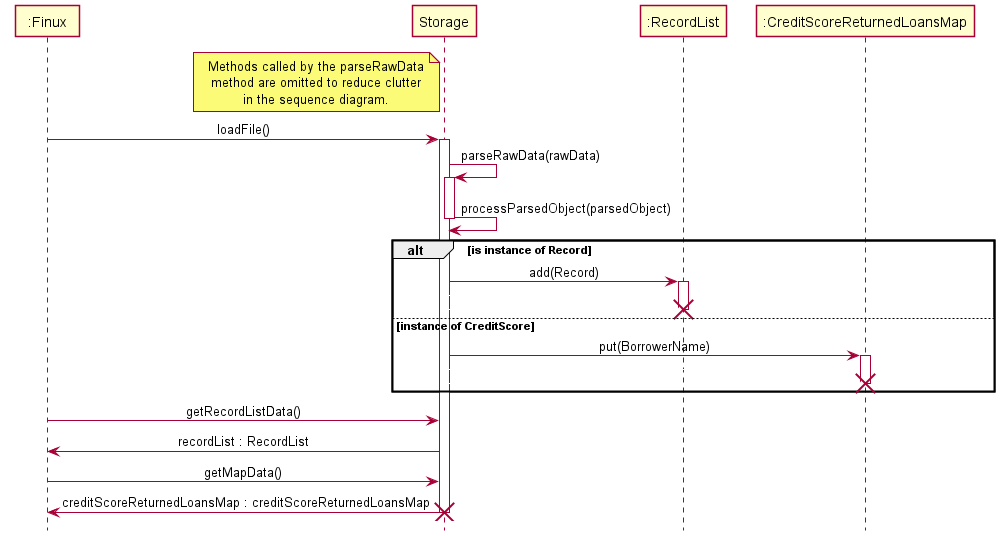
nus-cs2113-AY2021S2/tp keeps this PlantUML diagram as docs/img/StorageSequenceDiagramLoad.png. Above is the earlier version. Source of this version:
```plantuml
@startuml
!include style.puml

note left of Storage
Methods called by the parseRawData
method are omitted to reduce clutter
in the sequence diagram.
end note

Participant ":Finux" as Finux
Participant ":Storage" as Storage
Participant ":RecordList" as RecordList
Participant ":CreditScoreReturnedLoansMap" as CSRLM

Finux -> Storage : loadFile()
activate Storage
Storage -> Storage : parseRawData(rawData)
activate Storage
Storage -> Storage : processParsedObject(parsedObject)
deactivate Storage
alt is instance of Record
    Storage -> RecordList : add(Record)
    activate RecordList
    Storage -[#white]> RecordList
    Storage -[#white]> RecordList
    destroy RecordList

else instance of CreditScore
    Storage -> CSRLM : put(BorrowerName)
    activate CSRLM
    Storage -[#white]> CSRLM
    Storage -[#white]> CSRLM
    destroy CSRLM
end

Finux -> Storage : getRecordListData()
Storage -> Finux : recordList : RecordList
Finux -> Storage : getMapData()
Storage -> Finux : creditScoreReturnedLoansMap : creditScoreReturnedLoansMap
destroy Storage

@enduml
```
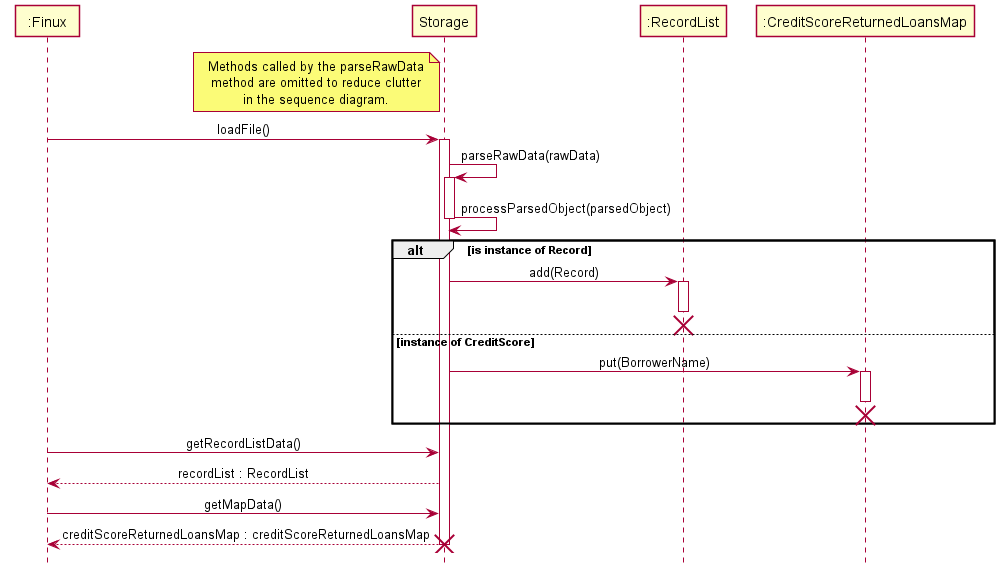
Above is the later version.

Commit message:
Updated own Sequence Diagrams

Change to the diagram source:
```diff
@@ -21,22 +21,22 @@
 alt is instance of Record
     Storage -> RecordList : add(Record)
     activate RecordList
-    Storage -[#white]> RecordList
-    Storage -[#white]> RecordList
+    deactivate RecordList
+    Storage -[hidden]> RecordList
     destroy RecordList
 
 else instance of CreditScore
     Storage -> CSRLM : put(BorrowerName)
     activate CSRLM
-    Storage -[#white]> CSRLM
-    Storage -[#white]> CSRLM
+    deactivate CSRLM
+    Storage -[hidden]> CSRLM
     destroy CSRLM
 end
 
 Finux -> Storage : getRecordListData()
-Storage -> Finux : recordList : RecordList
+Storage --> Finux : recordList : RecordList
 Finux -> Storage : getMapData()
-Storage -> Finux : creditScoreReturnedLoansMap : creditScoreReturnedLoansMap
+Storage --> Finux : creditScoreReturnedLoansMap : creditScoreReturnedLoansMap
 destroy Storage
 
 @enduml
```
